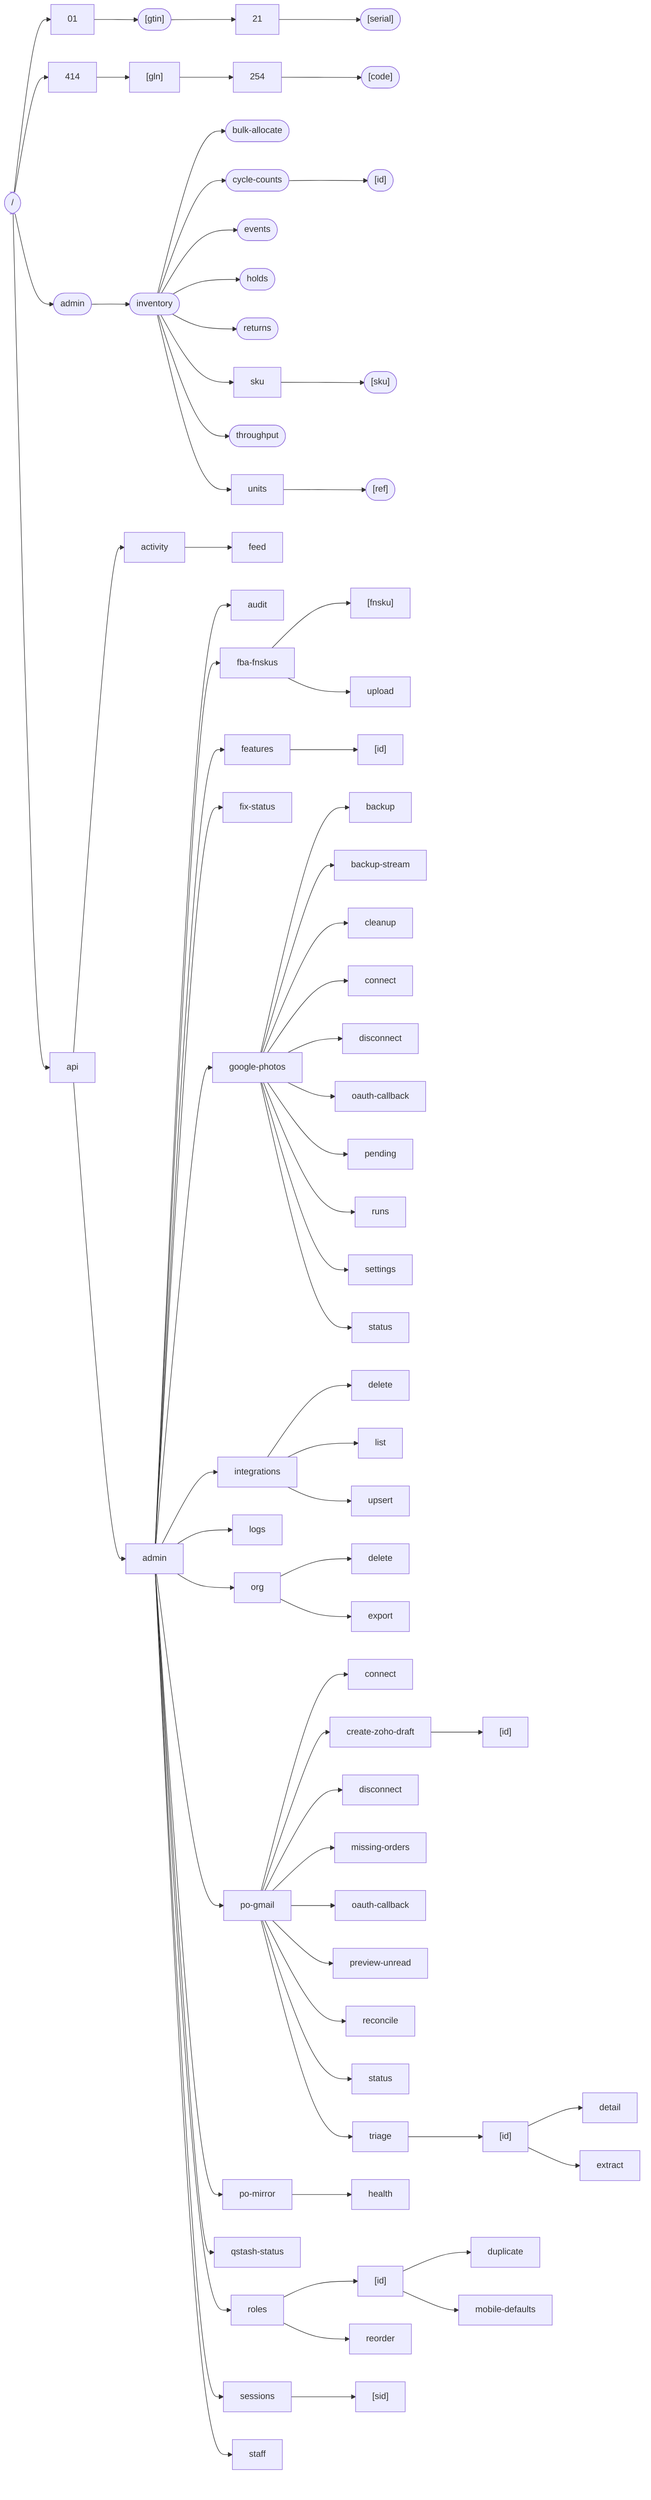
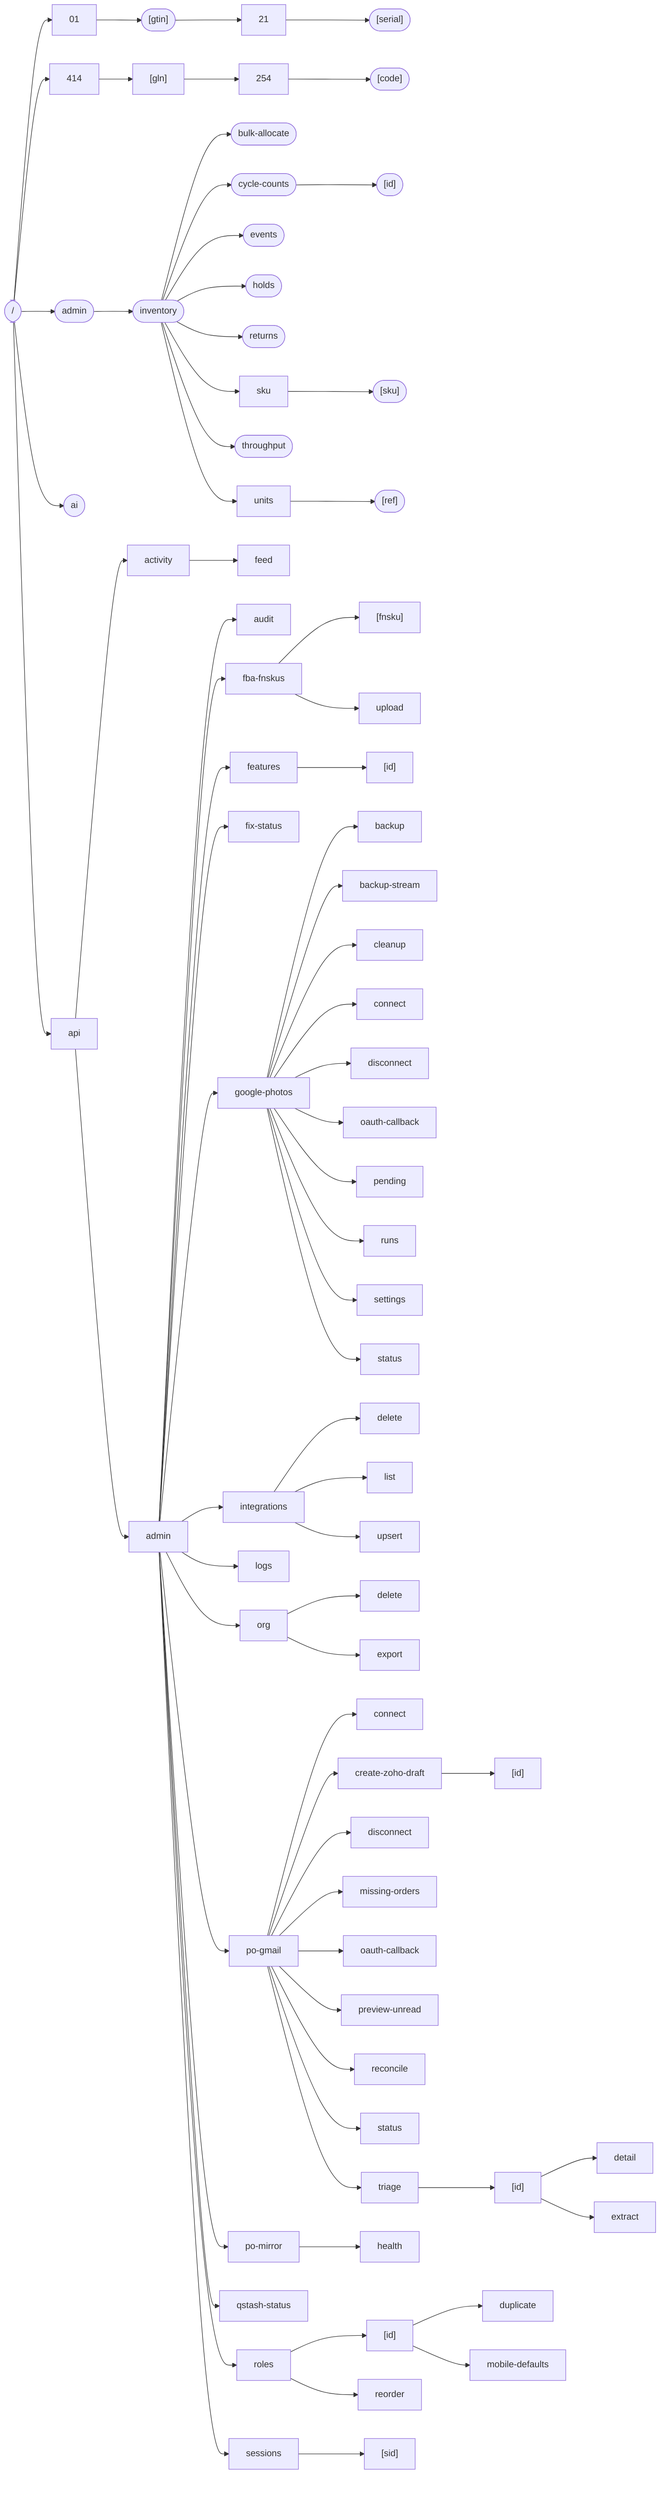
flowchart LR
  root(["/"])
  01["01"]
  root --> 01
  01__gtin(["[gtin]"])
  01 --> 01__gtin
  click 01__gtin "src/app/01/[gtin]/page.tsx" "page: src/app/01/[gtin]/page.tsx"
  01__gtin__21["21"]
  01__gtin --> 01__gtin__21
  01__gtin__21__serial(["[serial]"])
  01__gtin__21 --> 01__gtin__21__serial
  click 01__gtin__21__serial "src/app/01/[gtin]/21/[serial]/page.tsx" "page: src/app/01/[gtin]/21/[serial]/page.tsx"
  414["414"]
  root --> 414
  414__gln["[gln]"]
  414 --> 414__gln
  414__gln__254["254"]
  414__gln --> 414__gln__254
  414__gln__254__code(["[code]"])
  414__gln__254 --> 414__gln__254__code
  click 414__gln__254__code "src/app/414/[gln]/254/[code]/page.tsx" "page: src/app/414/[gln]/254/[code]/page.tsx"
  admin(["admin"])
  root --> admin
  click admin "src/app/admin/page.tsx" "page: src/app/admin/page.tsx"
  admin_inventory(["inventory"])
  admin --> admin_inventory
  click admin_inventory "src/app/admin/inventory/page.tsx" "page: src/app/admin/inventory/page.tsx"
  admin_inventory_bulk_allocate(["bulk-allocate"])
  admin_inventory --> admin_inventory_bulk_allocate
  click admin_inventory_bulk_allocate "src/app/admin/inventory/bulk-allocate/page.tsx" "page: src/app/admin/inventory/bulk-allocate/page.tsx"
  admin_inventory_cycle_counts(["cycle-counts"])
  admin_inventory --> admin_inventory_cycle_counts
  click admin_inventory_cycle_counts "src/app/admin/inventory/cycle-counts/page.tsx" "page: src/app/admin/inventory/cycle-counts/page.tsx"
  admin_inventory_cycle_counts__id(["[id]"])
  admin_inventory_cycle_counts --> admin_inventory_cycle_counts__id
  click admin_inventory_cycle_counts__id "src/app/admin/inventory/cycle-counts/[id]/page.tsx" "page: src/app/admin/inventory/cycle-counts/[id]/page.tsx"
  admin_inventory_events(["events"])
  admin_inventory --> admin_inventory_events
  click admin_inventory_events "src/app/admin/inventory/events/page.tsx" "page: src/app/admin/inventory/events/page.tsx"
  admin_inventory_holds(["holds"])
  admin_inventory --> admin_inventory_holds
  click admin_inventory_holds "src/app/admin/inventory/holds/page.tsx" "page: src/app/admin/inventory/holds/page.tsx"
  admin_inventory_returns(["returns"])
  admin_inventory --> admin_inventory_returns
  click admin_inventory_returns "src/app/admin/inventory/returns/page.tsx" "page: src/app/admin/inventory/returns/page.tsx"
  admin_inventory_sku["sku"]
  admin_inventory --> admin_inventory_sku
  admin_inventory_sku__sku(["[sku]"])
  admin_inventory_sku --> admin_inventory_sku__sku
  click admin_inventory_sku__sku "src/app/admin/inventory/sku/[sku]/page.tsx" "page: src/app/admin/inventory/sku/[sku]/page.tsx"
  admin_inventory_throughput(["throughput"])
  admin_inventory --> admin_inventory_throughput
  click admin_inventory_throughput "src/app/admin/inventory/throughput/page.tsx" "page: src/app/admin/inventory/throughput/page.tsx"
  admin_inventory_units["units"]
  admin_inventory --> admin_inventory_units
  admin_inventory_units__ref(["[ref]"])
  admin_inventory_units --> admin_inventory_units__ref
  click admin_inventory_units__ref "src/app/admin/inventory/units/[ref]/page.tsx" "page: src/app/admin/inventory/units/[ref]/page.tsx"
+   ai(["ai"])
+   root --> ai
+   click ai "src/app/ai/page.tsx" "page: src/app/ai/page.tsx"
  api["api"]
  root --> api
  api_activity["activity"]
  api --> api_activity
  api_activity_feed["feed"]
  api_activity --> api_activity_feed
  click api_activity_feed "src/app/api/activity/feed/route.ts" "route: src/app/api/activity/feed/route.ts"
  api_admin["admin"]
  api --> api_admin
  api_admin_audit["audit"]
  api_admin --> api_admin_audit
  click api_admin_audit "src/app/api/admin/audit/route.ts" "route: src/app/api/admin/audit/route.ts"
  api_admin_fba_fnskus["fba-fnskus"]
  api_admin --> api_admin_fba_fnskus
  click api_admin_fba_fnskus "src/app/api/admin/fba-fnskus/route.ts" "route: src/app/api/admin/fba-fnskus/route.ts"
  api_admin_fba_fnskus__fnsku["[fnsku]"]
  api_admin_fba_fnskus --> api_admin_fba_fnskus__fnsku
  click api_admin_fba_fnskus__fnsku "src/app/api/admin/fba-fnskus/[fnsku]/route.ts" "route: src/app/api/admin/fba-fnskus/[fnsku]/route.ts"
  api_admin_fba_fnskus_upload["upload"]
  api_admin_fba_fnskus --> api_admin_fba_fnskus_upload
  click api_admin_fba_fnskus_upload "src/app/api/admin/fba-fnskus/upload/route.ts" "route: src/app/api/admin/fba-fnskus/upload/route.ts"
  api_admin_features["features"]
  api_admin --> api_admin_features
  click api_admin_features "src/app/api/admin/features/route.ts" "route: src/app/api/admin/features/route.ts"
  api_admin_features__id["[id]"]
  api_admin_features --> api_admin_features__id
  click api_admin_features__id "src/app/api/admin/features/[id]/route.ts" "route: src/app/api/admin/features/[id]/route.ts"
  api_admin_fix_status["fix-status"]
  api_admin --> api_admin_fix_status
  click api_admin_fix_status "src/app/api/admin/fix-status/route.ts" "route: src/app/api/admin/fix-status/route.ts"
  api_admin_google_photos["google-photos"]
  api_admin --> api_admin_google_photos
  api_admin_google_photos_backup["backup"]
  api_admin_google_photos --> api_admin_google_photos_backup
  click api_admin_google_photos_backup "src/app/api/admin/google-photos/backup/route.ts" "route: src/app/api/admin/google-photos/backup/route.ts"
  api_admin_google_photos_backup_stream["backup-stream"]
  api_admin_google_photos --> api_admin_google_photos_backup_stream
  click api_admin_google_photos_backup_stream "src/app/api/admin/google-photos/backup-stream/route.ts" "route: src/app/api/admin/google-photos/backup-stream/route.ts"
  api_admin_google_photos_cleanup["cleanup"]
  api_admin_google_photos --> api_admin_google_photos_cleanup
  click api_admin_google_photos_cleanup "src/app/api/admin/google-photos/cleanup/route.ts" "route: src/app/api/admin/google-photos/cleanup/route.ts"
  api_admin_google_photos_connect["connect"]
  api_admin_google_photos --> api_admin_google_photos_connect
  click api_admin_google_photos_connect "src/app/api/admin/google-photos/connect/route.ts" "route: src/app/api/admin/google-photos/connect/route.ts"
  api_admin_google_photos_disconnect["disconnect"]
  api_admin_google_photos --> api_admin_google_photos_disconnect
  click api_admin_google_photos_disconnect "src/app/api/admin/google-photos/disconnect/route.ts" "route: src/app/api/admin/google-photos/disconnect/route.ts"
  api_admin_google_photos_oauth_callback["oauth-callback"]
  api_admin_google_photos --> api_admin_google_photos_oauth_callback
  click api_admin_google_photos_oauth_callback "src/app/api/admin/google-photos/oauth-callback/route.ts" "route: src/app/api/admin/google-photos/oauth-callback/route.ts"
  api_admin_google_photos_pending["pending"]
  api_admin_google_photos --> api_admin_google_photos_pending
  click api_admin_google_photos_pending "src/app/api/admin/google-photos/pending/route.ts" "route: src/app/api/admin/google-photos/pending/route.ts"
  api_admin_google_photos_runs["runs"]
  api_admin_google_photos --> api_admin_google_photos_runs
  click api_admin_google_photos_runs "src/app/api/admin/google-photos/runs/route.ts" "route: src/app/api/admin/google-photos/runs/route.ts"
  api_admin_google_photos_settings["settings"]
  api_admin_google_photos --> api_admin_google_photos_settings
  click api_admin_google_photos_settings "src/app/api/admin/google-photos/settings/route.ts" "route: src/app/api/admin/google-photos/settings/route.ts"
  api_admin_google_photos_status["status"]
  api_admin_google_photos --> api_admin_google_photos_status
  click api_admin_google_photos_status "src/app/api/admin/google-photos/status/route.ts" "route: src/app/api/admin/google-photos/status/route.ts"
  api_admin_integrations["integrations"]
  api_admin --> api_admin_integrations
  api_admin_integrations_delete["delete"]
  api_admin_integrations --> api_admin_integrations_delete
  click api_admin_integrations_delete "src/app/api/admin/integrations/delete/route.ts" "route: src/app/api/admin/integrations/delete/route.ts"
  api_admin_integrations_list["list"]
  api_admin_integrations --> api_admin_integrations_list
  click api_admin_integrations_list "src/app/api/admin/integrations/list/route.ts" "route: src/app/api/admin/integrations/list/route.ts"
  api_admin_integrations_upsert["upsert"]
  api_admin_integrations --> api_admin_integrations_upsert
  click api_admin_integrations_upsert "src/app/api/admin/integrations/upsert/route.ts" "route: src/app/api/admin/integrations/upsert/route.ts"
  api_admin_logs["logs"]
  api_admin --> api_admin_logs
  click api_admin_logs "src/app/api/admin/logs/route.ts" "route: src/app/api/admin/logs/route.ts"
  api_admin_org["org"]
  api_admin --> api_admin_org
  api_admin_org_delete["delete"]
  api_admin_org --> api_admin_org_delete
  click api_admin_org_delete "src/app/api/admin/org/delete/route.ts" "route: src/app/api/admin/org/delete/route.ts"
  api_admin_org_export["export"]
  api_admin_org --> api_admin_org_export
  click api_admin_org_export "src/app/api/admin/org/export/route.ts" "route: src/app/api/admin/org/export/route.ts"
  api_admin_po_gmail["po-gmail"]
  api_admin --> api_admin_po_gmail
  api_admin_po_gmail_connect["connect"]
  api_admin_po_gmail --> api_admin_po_gmail_connect
  click api_admin_po_gmail_connect "src/app/api/admin/po-gmail/connect/route.ts" "route: src/app/api/admin/po-gmail/connect/route.ts"
  api_admin_po_gmail_create_zoho_draft["create-zoho-draft"]
  api_admin_po_gmail --> api_admin_po_gmail_create_zoho_draft
  api_admin_po_gmail_create_zoho_draft__id["[id]"]
  api_admin_po_gmail_create_zoho_draft --> api_admin_po_gmail_create_zoho_draft__id
  click api_admin_po_gmail_create_zoho_draft__id "src/app/api/admin/po-gmail/create-zoho-draft/[id]/route.ts" "route: src/app/api/admin/po-gmail/create-zoho-draft/[id]/route.ts"
  api_admin_po_gmail_disconnect["disconnect"]
  api_admin_po_gmail --> api_admin_po_gmail_disconnect
  click api_admin_po_gmail_disconnect "src/app/api/admin/po-gmail/disconnect/route.ts" "route: src/app/api/admin/po-gmail/disconnect/route.ts"
  api_admin_po_gmail_missing_orders["missing-orders"]
  api_admin_po_gmail --> api_admin_po_gmail_missing_orders
  click api_admin_po_gmail_missing_orders "src/app/api/admin/po-gmail/missing-orders/route.ts" "route: src/app/api/admin/po-gmail/missing-orders/route.ts"
  api_admin_po_gmail_oauth_callback["oauth-callback"]
  api_admin_po_gmail --> api_admin_po_gmail_oauth_callback
  click api_admin_po_gmail_oauth_callback "src/app/api/admin/po-gmail/oauth-callback/route.ts" "route: src/app/api/admin/po-gmail/oauth-callback/route.ts"
  api_admin_po_gmail_preview_unread["preview-unread"]
  api_admin_po_gmail --> api_admin_po_gmail_preview_unread
  click api_admin_po_gmail_preview_unread "src/app/api/admin/po-gmail/preview-unread/route.ts" "route: src/app/api/admin/po-gmail/preview-unread/route.ts"
  api_admin_po_gmail_reconcile["reconcile"]
  api_admin_po_gmail --> api_admin_po_gmail_reconcile
  click api_admin_po_gmail_reconcile "src/app/api/admin/po-gmail/reconcile/route.ts" "route: src/app/api/admin/po-gmail/reconcile/route.ts"
  api_admin_po_gmail_status["status"]
  api_admin_po_gmail --> api_admin_po_gmail_status
  click api_admin_po_gmail_status "src/app/api/admin/po-gmail/status/route.ts" "route: src/app/api/admin/po-gmail/status/route.ts"
  api_admin_po_gmail_triage["triage"]
  api_admin_po_gmail --> api_admin_po_gmail_triage
  click api_admin_po_gmail_triage "src/app/api/admin/po-gmail/triage/route.ts" "route: src/app/api/admin/po-gmail/triage/route.ts"
  api_admin_po_gmail_triage__id["[id]"]
  api_admin_po_gmail_triage --> api_admin_po_gmail_triage__id
  click api_admin_po_gmail_triage__id "src/app/api/admin/po-gmail/triage/[id]/route.ts" "route: src/app/api/admin/po-gmail/triage/[id]/route.ts"
  api_admin_po_gmail_triage__id__detail["detail"]
  api_admin_po_gmail_triage__id --> api_admin_po_gmail_triage__id__detail
  click api_admin_po_gmail_triage__id__detail "src/app/api/admin/po-gmail/triage/[id]/detail/route.ts" "route: src/app/api/admin/po-gmail/triage/[id]/detail/route.ts"
  api_admin_po_gmail_triage__id__extract["extract"]
  api_admin_po_gmail_triage__id --> api_admin_po_gmail_triage__id__extract
  click api_admin_po_gmail_triage__id__extract "src/app/api/admin/po-gmail/triage/[id]/extract/route.ts" "route: src/app/api/admin/po-gmail/triage/[id]/extract/route.ts"
  api_admin_po_mirror["po-mirror"]
  api_admin --> api_admin_po_mirror
  api_admin_po_mirror_health["health"]
  api_admin_po_mirror --> api_admin_po_mirror_health
  click api_admin_po_mirror_health "src/app/api/admin/po-mirror/health/route.ts" "route: src/app/api/admin/po-mirror/health/route.ts"
  api_admin_qstash_status["qstash-status"]
  api_admin --> api_admin_qstash_status
  click api_admin_qstash_status "src/app/api/admin/qstash-status/route.ts" "route: src/app/api/admin/qstash-status/route.ts"
  api_admin_roles["roles"]
  api_admin --> api_admin_roles
  click api_admin_roles "src/app/api/admin/roles/route.ts" "route: src/app/api/admin/roles/route.ts"
  api_admin_roles__id["[id]"]
  api_admin_roles --> api_admin_roles__id
  click api_admin_roles__id "src/app/api/admin/roles/[id]/route.ts" "route: src/app/api/admin/roles/[id]/route.ts"
  api_admin_roles__id__duplicate["duplicate"]
  api_admin_roles__id --> api_admin_roles__id__duplicate
  click api_admin_roles__id__duplicate "src/app/api/admin/roles/[id]/duplicate/route.ts" "route: src/app/api/admin/roles/[id]/duplicate/route.ts"
  api_admin_roles__id__mobile_defaults["mobile-defaults"]
  api_admin_roles__id --> api_admin_roles__id__mobile_defaults
  click api_admin_roles__id__mobile_defaults "src/app/api/admin/roles/[id]/mobile-defaults/route.ts" "route: src/app/api/admin/roles/[id]/mobile-defaults/route.ts"
  api_admin_roles_reorder["reorder"]
  api_admin_roles --> api_admin_roles_reorder
  click api_admin_roles_reorder "src/app/api/admin/roles/reorder/route.ts" "route: src/app/api/admin/roles/reorder/route.ts"
  api_admin_sessions["sessions"]
  api_admin --> api_admin_sessions
  click api_admin_sessions "src/app/api/admin/sessions/route.ts" "route: src/app/api/admin/sessions/route.ts"
  api_admin_sessions__sid["[sid]"]
  api_admin_sessions --> api_admin_sessions__sid
-   click api_admin_sessions__sid "src/app/api/admin/sessions/[sid]/route.ts" "route: src/app/api/admin/sessions/[sid]/route.ts"
-   api_admin_staff["staff"]
-   api_admin --> api_admin_staff
-   click api_admin_staff "src/app/api/admin/staff/route.ts" "route: src/app/api/admin/staff/route.ts"+   click api_admin_sessions__sid "src/app/api/admin/sessions/[sid]/route.ts" "route: src/app/api/admin/sessions/[sid]/route.ts"